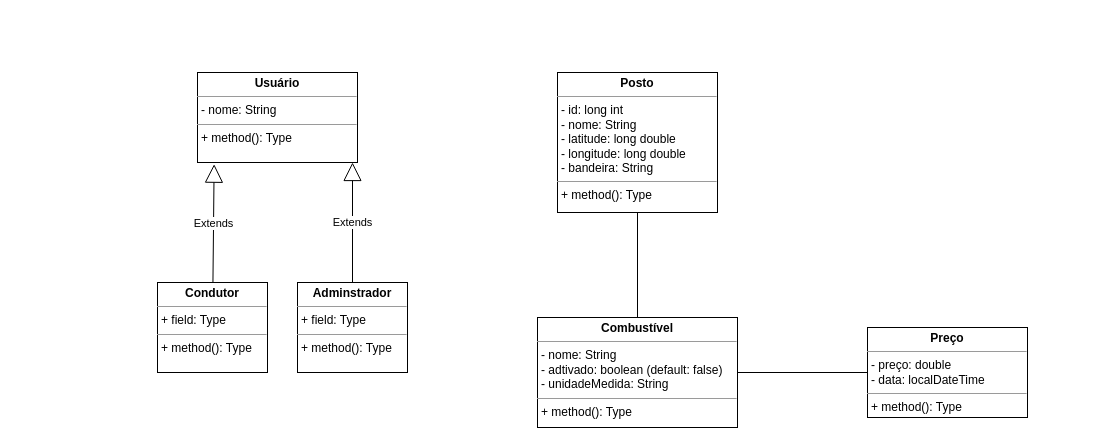
This is diagrams/PostoCerto_DC.drawio from AndreLiberato/PostoCerto, a draw.io file, before an edit. Source tidied: cells renumbered, new cells numbered last; positions are measured from the earlier drawing's top-left corner, leaving out a move shared by most shapes. Both pictures are drawn from the tidied source at 100%, with x=0, y=0 at pixel (157, 72).
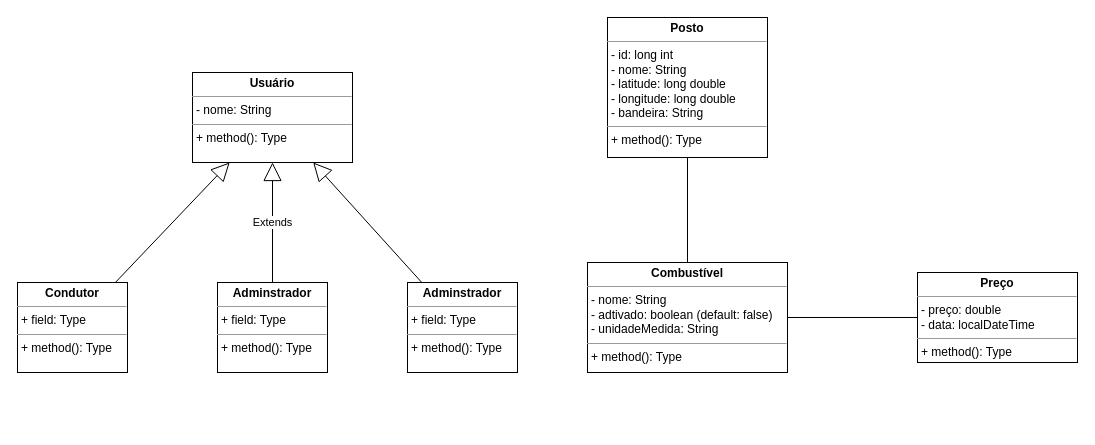
Above is the later version.

Commit message (it also covers changes not shown here):
Alteração diagramas de classe

Diff of the diagram source:
```diff
@@
 <mxGraphModel>
   <root>
     <mxCell id="0" />
     <mxCell id="1" parent="0" />
     <mxCell id="2" value="&lt;p style=&quot;margin:0px;margin-top:4px;text-align:center;&quot;&gt;&lt;b&gt;Posto&lt;/b&gt;&lt;/p&gt;&lt;hr size=&quot;1&quot;&gt;&lt;p style=&quot;margin:0px;margin-left:4px;&quot;&gt;- id: long int&lt;/p&gt;&lt;p style=&quot;margin:0px;margin-left:4px;&quot;&gt;- nome: String&lt;/p&gt;&lt;p style=&quot;margin:0px;margin-left:4px;&quot;&gt;- latitude: long double&lt;/p&gt;&lt;p style=&quot;margin:0px;margin-left:4px;&quot;&gt;- longitude: long double&lt;/p&gt;&lt;p style=&quot;margin:0px;margin-left:4px;&quot;&gt;- bandeira: String&lt;/p&gt;&lt;hr size=&quot;1&quot;&gt;&lt;p style=&quot;margin:0px;margin-left:4px;&quot;&gt;+ method(): Type&lt;/p&gt;" style="verticalAlign=top;align=left;overflow=fill;fontSize=12;fontFamily=Helvetica;html=1;" parent="1" vertex="1">
-      <mxGeometry x="400" width="160" height="140" as="geometry" />
+      <mxGeometry x="450" y="-55" width="160" height="140" as="geometry" />
     </mxCell>
     <mxCell id="3" value="&lt;p style=&quot;margin:0px;margin-top:4px;text-align:center;&quot;&gt;&lt;b&gt;Combustível&lt;/b&gt;&lt;/p&gt;&lt;hr size=&quot;1&quot;&gt;&lt;p style=&quot;margin:0px;margin-left:4px;&quot;&gt;- nome: String&lt;/p&gt;&lt;p style=&quot;margin:0px;margin-left:4px;&quot;&gt;- adtivado: boolean (default: false)&lt;/p&gt;&lt;p style=&quot;margin:0px;margin-left:4px;&quot;&gt;- unidadeMedida: String&lt;/p&gt;&lt;hr size=&quot;1&quot;&gt;&lt;p style=&quot;margin:0px;margin-left:4px;&quot;&gt;+ method(): Type&lt;/p&gt;" style="verticalAlign=top;align=left;overflow=fill;fontSize=12;fontFamily=Helvetica;html=1;" parent="1" vertex="1">
-      <mxGeometry x="380" y="245" width="200" height="110" as="geometry" />
+      <mxGeometry x="430" y="190" width="200" height="110" as="geometry" />
     </mxCell>
     <mxCell id="4" value="&lt;p style=&quot;margin:0px;margin-top:4px;text-align:center;&quot;&gt;&lt;b&gt;Usuário&lt;/b&gt;&lt;/p&gt;&lt;hr size=&quot;1&quot;&gt;&lt;p style=&quot;margin:0px;margin-left:4px;&quot;&gt;- nome: String&lt;/p&gt;&lt;hr size=&quot;1&quot;&gt;&lt;p style=&quot;margin:0px;margin-left:4px;&quot;&gt;+ method(): Type&lt;/p&gt;" style="verticalAlign=top;align=left;overflow=fill;fontSize=12;fontFamily=Helvetica;html=1;" parent="1" vertex="1">
-      <mxGeometry x="40" width="160" height="90" as="geometry" />
+      <mxGeometry x="35" width="160" height="90" as="geometry" />
     </mxCell>
     <mxCell id="5" value="&lt;p style=&quot;margin:0px;margin-top:4px;text-align:center;&quot;&gt;&lt;b&gt;Condutor&lt;/b&gt;&lt;/p&gt;&lt;hr size=&quot;1&quot;&gt;&lt;p style=&quot;margin:0px;margin-left:4px;&quot;&gt;+ field: Type&lt;/p&gt;&lt;hr size=&quot;1&quot;&gt;&lt;p style=&quot;margin:0px;margin-left:4px;&quot;&gt;+ method(): Type&lt;/p&gt;" style="verticalAlign=top;align=left;overflow=fill;fontSize=12;fontFamily=Helvetica;html=1;" parent="1" vertex="1">
-      <mxGeometry y="210" width="110" height="90" as="geometry" />
+      <mxGeometry x="-140" y="210" width="110" height="90" as="geometry" />
     </mxCell>
     <mxCell id="6" value="&lt;p style=&quot;margin:0px;margin-top:4px;text-align:center;&quot;&gt;&lt;b&gt;Adminstrador&lt;/b&gt;&lt;/p&gt;&lt;hr size=&quot;1&quot;&gt;&lt;p style=&quot;margin:0px;margin-left:4px;&quot;&gt;+ field: Type&lt;/p&gt;&lt;hr size=&quot;1&quot;&gt;&lt;p style=&quot;margin:0px;margin-left:4px;&quot;&gt;+ method(): Type&lt;/p&gt;" style="verticalAlign=top;align=left;overflow=fill;fontSize=12;fontFamily=Helvetica;html=1;" parent="1" vertex="1">
-      <mxGeometry x="140" y="210" width="110" height="90" as="geometry" />
+      <mxGeometry x="250" y="210" width="110" height="90" as="geometry" />
     </mxCell>
-    <mxCell id="7" value="Extends" style="endArrow=block;endSize=16;endFill=0;html=1;entryX=0.104;entryY=1.019;entryDx=0;entryDy=0;entryPerimeter=0;" parent="1" edge="1" source="5" target="4">
+    <mxCell id="7" style="endArrow=block;endSize=16;endFill=0;html=1;" parent="1" edge="1" source="5" target="4">
       <mxGeometry relative="1" as="geometry" />
     </mxCell>
-    <mxCell id="8" value="Extends" style="endArrow=block;endSize=16;endFill=0;html=1;" parent="1" edge="1" source="6">
-      <mxGeometry relative="1" as="geometry">
-        <mxPoint x="195" y="90" as="targetPoint" />
-      </mxGeometry>
+    <mxCell id="8" style="endArrow=block;endSize=16;endFill=0;html=1;" parent="1" edge="1" source="6" target="4">
+      <mxGeometry relative="1" as="geometry" />
     </mxCell>
     <mxCell id="9" style="endArrow=none;edgeStyle=orthogonalEdgeStyle;html=1;" parent="1" edge="1" source="2" target="3">
       <mxGeometry relative="1" as="geometry" />
     </mxCell>
     <mxCell id="10" value="&lt;p style=&quot;margin:0px;margin-top:4px;text-align:center;&quot;&gt;&lt;b&gt;Preço&lt;/b&gt;&lt;/p&gt;&lt;hr size=&quot;1&quot;&gt;&lt;p style=&quot;margin:0px;margin-left:4px;&quot;&gt;- preço: double&lt;/p&gt;&lt;p style=&quot;margin:0px;margin-left:4px;&quot;&gt;- data: localDateTime&lt;/p&gt;&lt;hr size=&quot;1&quot;&gt;&lt;p style=&quot;margin:0px;margin-left:4px;&quot;&gt;+ method(): Type&lt;/p&gt;" style="verticalAlign=top;align=left;overflow=fill;fontSize=12;fontFamily=Helvetica;html=1;" parent="1" vertex="1">
-      <mxGeometry x="710" y="255" width="160" height="90" as="geometry" />
+      <mxGeometry x="760" y="200" width="160" height="90" as="geometry" />
     </mxCell>
     <mxCell id="11" style="endArrow=none;html=1;edgeStyle=orthogonalEdgeStyle;shadow=0;sketch=0;" parent="1" edge="1" source="3" target="10">
       <mxGeometry relative="1" as="geometry" />
     </mxCell>
+    <mxCell id="12" value="&lt;p style=&quot;margin:0px;margin-top:4px;text-align:center;&quot;&gt;&lt;b&gt;Adminstrador&lt;/b&gt;&lt;/p&gt;&lt;hr size=&quot;1&quot;&gt;&lt;p style=&quot;margin:0px;margin-left:4px;&quot;&gt;+ field: Type&lt;/p&gt;&lt;hr size=&quot;1&quot;&gt;&lt;p style=&quot;margin:0px;margin-left:4px;&quot;&gt;+ method(): Type&lt;/p&gt;" style="verticalAlign=top;align=left;overflow=fill;fontSize=12;fontFamily=Helvetica;html=1;" parent="1" vertex="1">
+      <mxGeometry x="60" y="210" width="110" height="90" as="geometry" />
+    </mxCell>
+    <mxCell id="13" value="Extends" style="endArrow=block;endSize=16;endFill=0;html=1;entryX=0.5;entryY=1;entryDx=0;entryDy=0;" parent="1" edge="1" source="12" target="4">
+      <mxGeometry relative="1" as="geometry" />
+    </mxCell>
   </root>
 </mxGraphModel>
```
